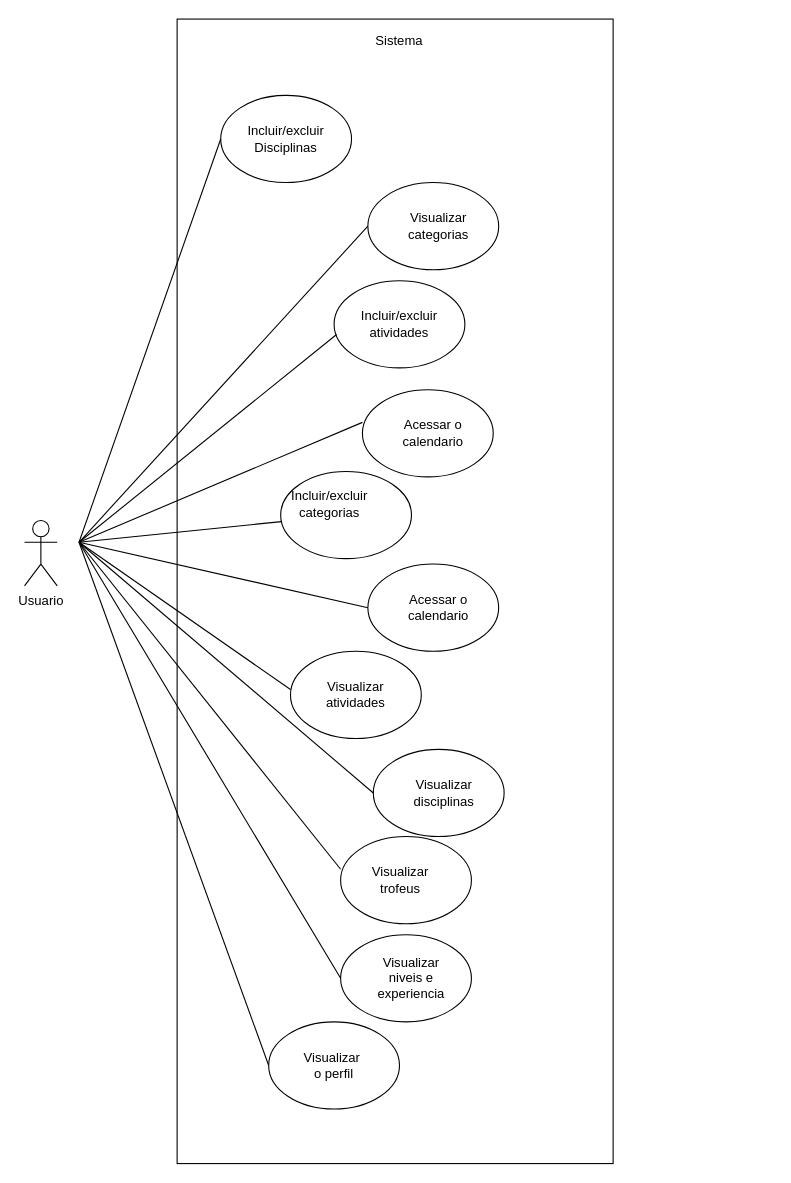
The draw.io diagram Doc_requisitos/Diagrama_casos_uso.drawio in kennedy-vieira/kennedy_ronaldo, before the edit. Source tidied: cells renumbered, new cells numbered last; positions are measured from the earlier drawing's top-left corner, leaving out a move shared by most shapes. Both pictures are drawn from the tidied source at 109%, with x=0, y=0 at pixel (24, 19).
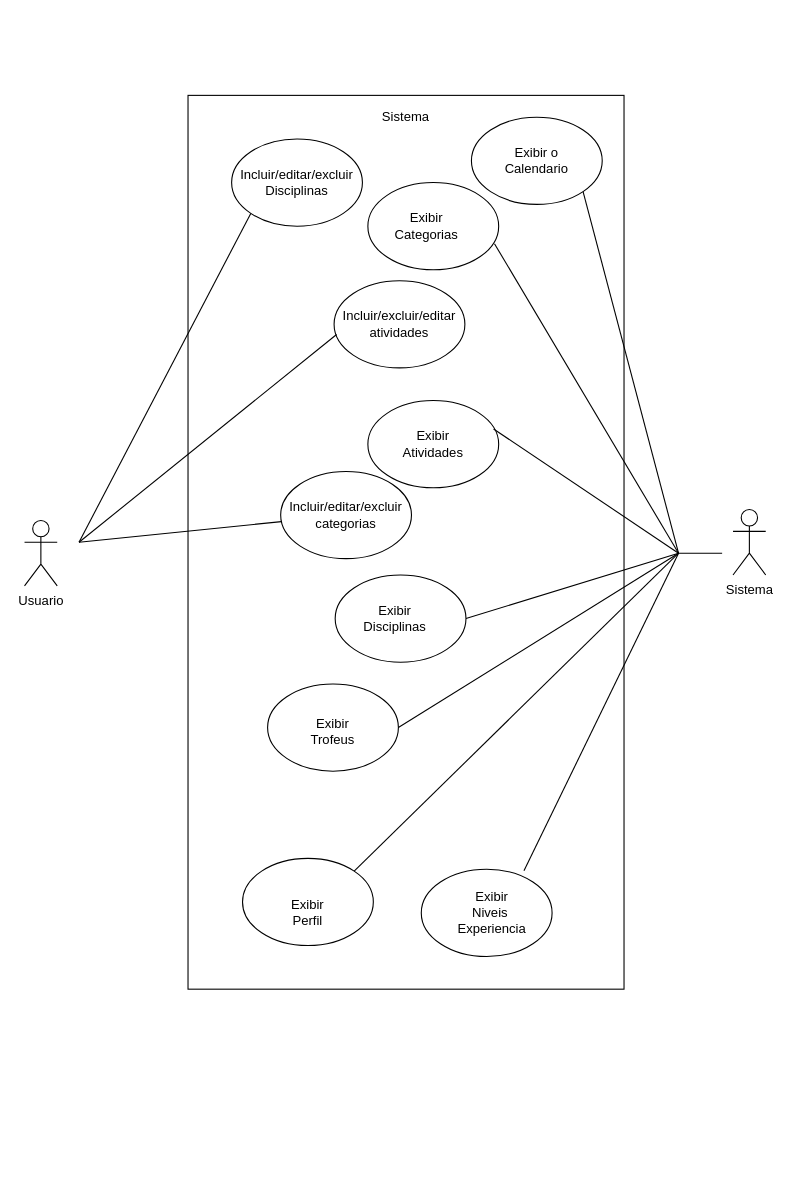
The same page after the edit.

Unchanged cells that the change refers to:
```xml
<mxCell id="22" style="ellipse;whiteSpace=wrap;html=1;" parent="1" vertex="1">
  <mxGeometry x="315" y="150" width="120" height="80" as="geometry" />
</mxCell>
```

Diff of the diagram source:
```diff
@@
     <mxCell id="2" style="rounded=0;whiteSpace=wrap;html=1;" parent="1" vertex="1">
-      <mxGeometry x="140" width="400" height="1050" as="geometry" />
+      <mxGeometry x="150" y="70" width="400" height="820" as="geometry" />
     </mxCell>
@@
-    <mxCell id="5" value="&lt;span style=&quot;font-weight: normal&quot;&gt;Incluir/excluir atividades&lt;/span&gt;" style="text;html=1;strokeColor=none;fillColor=none;align=center;verticalAlign=middle;whiteSpace=wrap;rounded=0;fontStyle=1;" parent="1" vertex="1">
+    <mxCell id="5" value="&lt;div&gt;&lt;span style=&quot;font-weight: normal&quot;&gt;Incluir/excluir/editar&lt;/span&gt;&lt;/div&gt;&lt;div&gt;&lt;span style=&quot;font-weight: normal&quot;&gt; atividades&lt;/span&gt;&lt;/div&gt;" style="text;html=1;strokeColor=none;fillColor=none;align=center;verticalAlign=middle;whiteSpace=wrap;rounded=0;fontStyle=1;" parent="1" vertex="1">
       <mxGeometry x="324" y="270" width="40" height="20" as="geometry" />
     </mxCell>
     <mxCell id="6" style="ellipse;whiteSpace=wrap;html=1;" parent="1" vertex="1">
-      <mxGeometry x="180" y="70" width="120" height="80" as="geometry" />
+      <mxGeometry x="190" y="110" width="120" height="80" as="geometry" />
     </mxCell>
-    <mxCell id="7" value="Incluir/excluir Disciplinas" style="text;html=1;strokeColor=none;fillColor=none;align=center;verticalAlign=middle;whiteSpace=wrap;rounded=0;" parent="1" vertex="1">
-      <mxGeometry x="220" y="100" width="40" height="20" as="geometry" />
+    <mxCell id="7" value="&lt;div&gt;Incluir/editar/excluir Disciplinas&lt;/div&gt;" style="text;html=1;strokeColor=none;fillColor=none;align=center;verticalAlign=middle;whiteSpace=wrap;rounded=0;" parent="1" vertex="1">
+      <mxGeometry x="230" y="140" width="40" height="20" as="geometry" />
     </mxCell>
-    <mxCell id="8" style="ellipse;whiteSpace=wrap;html=1;" parent="1" vertex="1">
-      <mxGeometry x="310" y="340" width="120" height="80" as="geometry" />
-    </mxCell>
-    <mxCell id="9" value="Acessar o calendario" style="text;html=1;strokeColor=none;fillColor=none;align=center;verticalAlign=middle;whiteSpace=wrap;rounded=0;" parent="1" vertex="1">
-      <mxGeometry x="350" y="370" width="50" height="20" as="geometry" />
-    </mxCell>
-    <mxCell id="10" style="ellipse;whiteSpace=wrap;html=1;" parent="1" vertex="1">
-      <mxGeometry x="315" y="500" width="120" height="80" as="geometry" />
-    </mxCell>
-    <mxCell id="11" value="Acessar o calendario" style="text;html=1;strokeColor=none;fillColor=none;align=center;verticalAlign=middle;whiteSpace=wrap;rounded=0;" parent="1" vertex="1">
-      <mxGeometry x="355" y="530" width="50" height="20" as="geometry" />
-    </mxCell>
     <mxCell id="12" style="ellipse;whiteSpace=wrap;html=1;" parent="1" vertex="1">
-      <mxGeometry x="244" y="580" width="120" height="80" as="geometry" />
+      <mxGeometry x="315" y="350" width="120" height="80" as="geometry" />
     </mxCell>
-    <mxCell id="13" value="Visualizar atividades" style="text;html=1;strokeColor=none;fillColor=none;align=center;verticalAlign=middle;whiteSpace=wrap;rounded=0;" parent="1" vertex="1">
-      <mxGeometry x="279" y="610" width="50" height="20" as="geometry" />
+    <mxCell id="13" value="Exibir Atividades" style="text;html=1;strokeColor=none;fillColor=none;align=center;verticalAlign=middle;whiteSpace=wrap;rounded=0;" parent="1" vertex="1">
+      <mxGeometry x="350" y="380" width="50" height="20" as="geometry" />
     </mxCell>
     <mxCell id="14" style="ellipse;whiteSpace=wrap;html=1;" parent="1" vertex="1">
-      <mxGeometry x="320" y="670" width="120" height="80" as="geometry" />
+      <mxGeometry x="285" y="510" width="120" height="80" as="geometry" />
     </mxCell>
-    <mxCell id="15" value="Visualizar disciplinas" style="text;html=1;strokeColor=none;fillColor=none;align=center;verticalAlign=middle;whiteSpace=wrap;rounded=0;" parent="1" vertex="1">
-      <mxGeometry x="360" y="700" width="50" height="20" as="geometry" />
+    <mxCell id="15" value="Exibir Disciplinas" style="text;html=1;strokeColor=none;fillColor=none;align=center;verticalAlign=middle;whiteSpace=wrap;rounded=0;" parent="1" vertex="1">
+      <mxGeometry x="315" y="540" width="50" height="20" as="geometry" />
     </mxCell>
     <mxCell id="16" style="ellipse;whiteSpace=wrap;html=1;" parent="1" vertex="1">
-      <mxGeometry x="290" y="840" width="120" height="80" as="geometry" />
+      <mxGeometry x="364" y="780" width="120" height="80" as="geometry" />
     </mxCell>
-    <mxCell id="17" value="Visualizar niveis e experiencia" style="text;html=1;strokeColor=none;fillColor=none;align=center;verticalAlign=middle;whiteSpace=wrap;rounded=0;" parent="1" vertex="1">
-      <mxGeometry x="330" y="870" width="50" height="20" as="geometry" />
+    <mxCell id="17" value="&lt;div&gt;Exibir Niveis&amp;nbsp; Experiencia&lt;/div&gt;" style="text;html=1;strokeColor=none;fillColor=none;align=center;verticalAlign=middle;whiteSpace=wrap;rounded=0;" parent="1" vertex="1">
+      <mxGeometry x="404" y="810" width="50" height="20" as="geometry" />
     </mxCell>
     <mxCell id="18" style="ellipse;whiteSpace=wrap;html=1;" parent="1" vertex="1">
-      <mxGeometry x="290" y="750" width="120" height="80" as="geometry" />
+      <mxGeometry x="223" y="610" width="120" height="80" as="geometry" />
     </mxCell>
-    <mxCell id="19" value="Visualizar trofeus" style="text;html=1;strokeColor=none;fillColor=none;align=center;verticalAlign=middle;whiteSpace=wrap;rounded=0;" parent="1" vertex="1">
-      <mxGeometry x="320" y="780" width="50" height="20" as="geometry" />
+    <mxCell id="19" value="Exibir Trofeus" style="text;html=1;strokeColor=none;fillColor=none;align=center;verticalAlign=middle;whiteSpace=wrap;rounded=0;" parent="1" vertex="1">
+      <mxGeometry x="258" y="644" width="50" height="20" as="geometry" />
     </mxCell>
     <mxCell id="20" style="ellipse;whiteSpace=wrap;html=1;" parent="1" vertex="1">
-      <mxGeometry x="224" y="920" width="120" height="80" as="geometry" />
+      <mxGeometry x="200" y="770" width="120" height="80" as="geometry" />
     </mxCell>
-    <mxCell id="21" value="Visualizar&amp;nbsp; o perfil" style="text;html=1;strokeColor=none;fillColor=none;align=center;verticalAlign=middle;whiteSpace=wrap;rounded=0;" parent="1" vertex="1">
-      <mxGeometry x="259" y="950" width="50" height="20" as="geometry" />
+    <mxCell id="21" value="Exibir Perfil" style="text;html=1;strokeColor=none;fillColor=none;align=center;verticalAlign=middle;whiteSpace=wrap;rounded=0;" parent="1" vertex="1">
+      <mxGeometry x="235" y="810" width="50" height="20" as="geometry" />
     </mxCell>
@@
-    <mxCell id="23" value="Visualizar categorias" style="text;html=1;strokeColor=none;fillColor=none;align=center;verticalAlign=middle;whiteSpace=wrap;rounded=0;" parent="1" vertex="1">
-      <mxGeometry x="355" y="180" width="50" height="20" as="geometry" />
+    <mxCell id="23" value="Exibir Categorias" style="text;html=1;strokeColor=none;fillColor=none;align=center;verticalAlign=middle;whiteSpace=wrap;rounded=0;" parent="1" vertex="1">
+      <mxGeometry x="344" y="180" width="50" height="20" as="geometry" />
     </mxCell>
@@
-    <mxCell id="25" value="Incluir/excluir categorias" style="text;html=1;strokeColor=none;fillColor=none;align=center;verticalAlign=middle;whiteSpace=wrap;rounded=0;" parent="1" vertex="1">
-      <mxGeometry x="255" y="440" width="50" height="10" as="geometry" />
+    <mxCell id="25" value="Incluir/editar/excluir categorias" style="text;html=1;strokeColor=none;fillColor=none;align=center;verticalAlign=middle;whiteSpace=wrap;rounded=0;" parent="1" vertex="1">
+      <mxGeometry x="270" y="450" width="50" height="10" as="geometry" />
     </mxCell>
-    <mxCell id="26" style="endArrow=none;html=1;entryX=0;entryY=0.5;entryDx=0;entryDy=0;" parent="1" edge="1" target="6">
+    <mxCell id="26" style="endArrow=none;html=1;entryX=0;entryY=1;entryDx=0;entryDy=0;" parent="1" edge="1" target="6">
       <mxGeometry relative="1" as="geometry">
         <mxPoint x="50" y="480" as="sourcePoint" />
       </mxGeometry>
     </mxCell>
@@
-    <mxCell id="28" style="endArrow=none;html=1;entryX=0;entryY=0.375;entryDx=0;entryDy=0;entryPerimeter=0;" parent="1" edge="1" target="8">
-      <mxGeometry relative="1" as="geometry">
-        <mxPoint x="50" y="480" as="sourcePoint" />
-      </mxGeometry>
-    </mxCell>
@@
-    <mxCell id="30" style="endArrow=none;html=1;entryX=0;entryY=0.5;entryDx=0;entryDy=0;" parent="1" edge="1" target="10">
-      <mxGeometry relative="1" as="geometry">
-        <mxPoint x="50" y="480" as="sourcePoint" />
-      </mxGeometry>
-    </mxCell>
-    <mxCell id="31" style="endArrow=none;html=1;entryX=0;entryY=0.438;entryDx=0;entryDy=0;entryPerimeter=0;" parent="1" edge="1" target="12">
-      <mxGeometry relative="1" as="geometry">
-        <mxPoint x="50" y="480" as="sourcePoint" />
-      </mxGeometry>
-    </mxCell>
-    <mxCell id="32" style="endArrow=none;html=1;entryX=0;entryY=0.5;entryDx=0;entryDy=0;" parent="1" edge="1" target="14">
+    <mxCell id="32" style="endArrow=none;html=1;entryX=1;entryY=0.5;entryDx=0;entryDy=0;" parent="1" edge="1" target="14">
       <mxGeometry relative="1" as="geometry">
-        <mxPoint x="50" y="480" as="sourcePoint" />
+        <mxPoint x="600" y="490" as="sourcePoint" />
       </mxGeometry>
     </mxCell>
-    <mxCell id="33" style="endArrow=none;html=1;entryX=0;entryY=0.375;entryDx=0;entryDy=0;entryPerimeter=0;" parent="1" edge="1" target="18">
+    <mxCell id="33" style="endArrow=none;html=1;entryX=1;entryY=0.5;entryDx=0;entryDy=0;" parent="1" edge="1" target="18">
       <mxGeometry relative="1" as="geometry">
-        <mxPoint x="50" y="480" as="sourcePoint" />
+        <mxPoint x="600" y="490" as="sourcePoint" />
       </mxGeometry>
     </mxCell>
-    <mxCell id="34" style="endArrow=none;html=1;exitX=0;exitY=0.5;exitDx=0;exitDy=0;" parent="1" edge="1" source="20">
+    <mxCell id="34" style="endArrow=none;html=1;exitX=1;exitY=0;exitDx=0;exitDy=0;" parent="1" edge="1" source="20">
       <mxGeometry relative="1" as="geometry">
-        <mxPoint x="50" y="480" as="targetPoint" />
+        <mxPoint x="600" y="490" as="targetPoint" />
       </mxGeometry>
     </mxCell>
-    <mxCell id="35" style="endArrow=none;html=1;entryX=0;entryY=0.5;entryDx=0;entryDy=0;" parent="1" edge="1" target="16">
+    <mxCell id="35" style="endArrow=none;html=1;entryX=0.785;entryY=0.018;entryDx=0;entryDy=0;entryPerimeter=0;" parent="1" edge="1" target="16">
       <mxGeometry relative="1" as="geometry">
-        <mxPoint x="50" y="480" as="sourcePoint" />
+        <mxPoint x="600" y="490" as="sourcePoint" />
       </mxGeometry>
     </mxCell>
-    <mxCell id="36" style="endArrow=none;html=1;entryX=0;entryY=0.5;entryDx=0;entryDy=0;" parent="1" edge="1" target="22">
-      <mxGeometry relative="1" as="geometry">
-        <mxPoint x="50" y="480" as="sourcePoint" />
-      </mxGeometry>
-    </mxCell>
     <mxCell id="37" value="Sistema" style="text;html=1;strokeColor=none;fillColor=none;align=center;verticalAlign=middle;whiteSpace=wrap;rounded=0;" parent="1" vertex="1">
-      <mxGeometry x="324" y="10" width="40" height="20" as="geometry" />
+      <mxGeometry x="330" y="80" width="40" height="20" as="geometry" />
     </mxCell>
+    <mxCell id="38" style="ellipse;whiteSpace=wrap;html=1;" parent="1" vertex="1">
+      <mxGeometry x="410" y="90" width="120" height="80" as="geometry" />
+    </mxCell>
+    <mxCell id="39" value="Exibir o Calendario" style="text;html=1;strokeColor=none;fillColor=none;align=center;verticalAlign=middle;whiteSpace=wrap;rounded=0;" parent="1" vertex="1">
+      <mxGeometry x="445" y="120" width="50" height="20" as="geometry" />
+    </mxCell>
+    <mxCell id="40" value="Sistema" style="shape=umlActor;verticalLabelPosition=bottom;verticalAlign=top;html=1;" parent="1" vertex="1">
+      <mxGeometry x="650" y="450" width="30" height="60" as="geometry" />
+    </mxCell>
+    <mxCell id="41" style="endArrow=none;html=1;entryX=0.961;entryY=0.326;entryDx=0;entryDy=0;entryPerimeter=0;" parent="1" edge="1" target="12">
+      <mxGeometry relative="1" as="geometry">
+        <mxPoint x="600" y="490" as="sourcePoint" />
+      </mxGeometry>
+    </mxCell>
+    <mxCell id="42" style="endArrow=none;html=1;entryX=1;entryY=1;entryDx=0;entryDy=0;" parent="1" edge="1" target="38">
+      <mxGeometry relative="1" as="geometry">
+        <mxPoint x="600" y="490" as="sourcePoint" />
+      </mxGeometry>
+    </mxCell>
+    <mxCell id="43" style="endArrow=none;html=1;entryX=0.968;entryY=0.701;entryDx=0;entryDy=0;entryPerimeter=0;" parent="1" edge="1" target="22">
+      <mxGeometry relative="1" as="geometry">
+        <mxPoint x="600" y="490" as="sourcePoint" />
+      </mxGeometry>
+    </mxCell>
+    <mxCell id="44" style="endArrow=none;html=1;" parent="1" edge="1">
+      <mxGeometry relative="1" as="geometry">
+        <mxPoint x="600" y="490" as="sourcePoint" />
+        <mxPoint x="640" y="490" as="targetPoint" />
+      </mxGeometry>
+    </mxCell>
```
